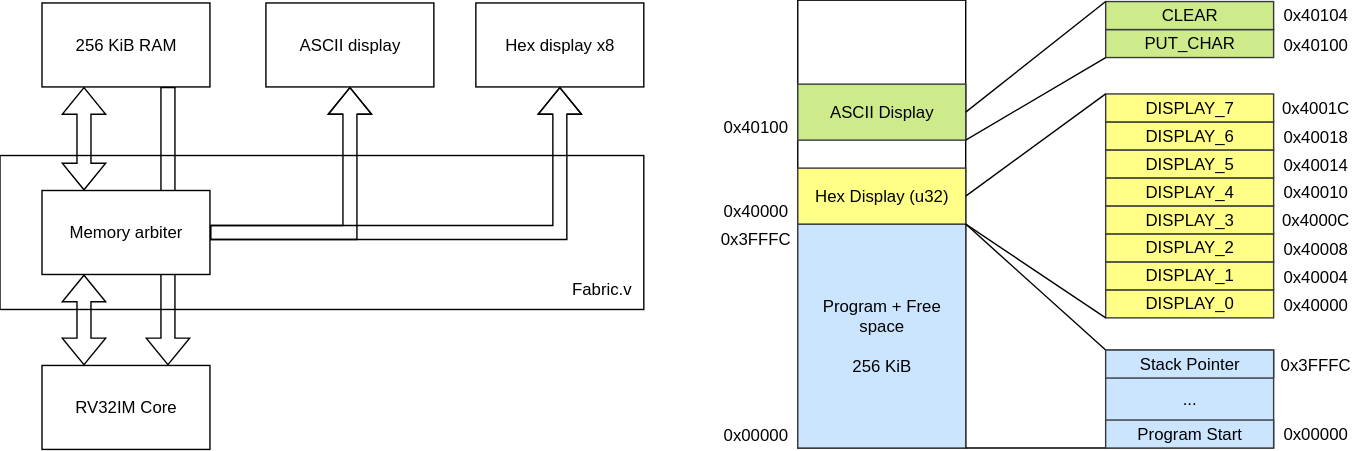
Before: top_v2f/doc/system_diagram.svg, a diagram exported from draw.io (ben-j-c/riscv_v2f_optimized). Source tidied: cells renumbered, new cells last; positions are measured from the earlier drawing's top-left corner, leaving out a move shared by most shapes. Source of this version:
```xml
<mxGraphModel>
  <root>
    <mxCell id="0" />
    <mxCell id="1" parent="0" />
    <mxCell id="2" value="&lt;div&gt;RV32IM Core&lt;/div&gt;" style="rounded=0;whiteSpace=wrap;html=1;" parent="1" vertex="1">
      <mxGeometry x="30" y="261" width="120" height="60" as="geometry" />
    </mxCell>
    <mxCell id="3" style="rounded=0;whiteSpace=wrap;html=1;" parent="1" vertex="1">
      <mxGeometry y="111" width="460" height="110" as="geometry" />
    </mxCell>
    <mxCell id="4" value="256 KiB RAM" style="rounded=0;whiteSpace=wrap;html=1;" parent="1" vertex="1">
      <mxGeometry x="30" y="2" width="120" height="60" as="geometry" />
    </mxCell>
    <mxCell id="5" value="ASCII display" style="rounded=0;whiteSpace=wrap;html=1;" parent="1" vertex="1">
      <mxGeometry x="190" y="2" width="120" height="60" as="geometry" />
    </mxCell>
    <mxCell id="6" style="shape=flexArrow;endArrow=classic;startArrow=classic;html=1;rounded=0;exitX=0.25;exitY=0;exitDx=0;exitDy=0;entryX=0.25;entryY=1;entryDx=0;entryDy=0;" parent="1" edge="1" source="2" target="10">
      <mxGeometry relative="1" as="geometry" />
    </mxCell>
    <mxCell id="7" style="shape=flexArrow;endArrow=classic;html=1;rounded=0;entryX=0.75;entryY=0;entryDx=0;entryDy=0;exitX=0.75;exitY=1;exitDx=0;exitDy=0;" parent="1" edge="1" source="4" target="2">
      <mxGeometry relative="1" as="geometry" />
    </mxCell>
    <mxCell id="8" style="edgeStyle=orthogonalEdgeStyle;rounded=0;jettySize=auto;html=1;shape=flexArrow;" parent="1" edge="1" source="10" target="5">
      <mxGeometry relative="1" as="geometry" />
    </mxCell>
    <mxCell id="9" style="edgeStyle=orthogonalEdgeStyle;rounded=0;jettySize=auto;html=1;entryX=0.5;entryY=1;entryDx=0;entryDy=0;shape=flexArrow;" parent="1" edge="1" source="10" target="11">
      <mxGeometry relative="1" as="geometry" />
    </mxCell>
    <mxCell id="10" value="Memory arbiter" style="rounded=0;whiteSpace=wrap;html=1;" parent="1" vertex="1">
      <mxGeometry x="30" y="136" width="120" height="60" as="geometry" />
    </mxCell>
    <mxCell id="11" value="Hex display x8" style="rounded=0;whiteSpace=wrap;html=1;" parent="1" vertex="1">
      <mxGeometry x="340" y="2" width="120" height="60" as="geometry" />
    </mxCell>
    <mxCell id="12" value="Fabric.v" style="text;html=1;whiteSpace=wrap;strokeColor=none;fillColor=none;align=center;verticalAlign=middle;rounded=0;" parent="1" vertex="1">
      <mxGeometry x="400" y="192" width="60" height="30" as="geometry" />
    </mxCell>
    <mxCell id="13" style="rounded=0;whiteSpace=wrap;html=1;" parent="1" vertex="1">
      <mxGeometry x="570" width="120" height="320" as="geometry" />
    </mxCell>
    <mxCell id="14" value="&lt;div&gt;Program + Free space&lt;/div&gt;&lt;div&gt;&lt;br&gt;&lt;/div&gt;&lt;div&gt;256 KiB&lt;/div&gt;" style="rounded=0;whiteSpace=wrap;html=1;fillColor=#cce5ff;strokeColor=#36393d;" parent="1" vertex="1">
      <mxGeometry x="570" y="160" width="120" height="160" as="geometry" />
    </mxCell>
    <mxCell id="15" value="Hex Display (u32)" style="rounded=0;whiteSpace=wrap;html=1;fillColor=#ffff88;strokeColor=#36393d;" parent="1" vertex="1">
      <mxGeometry x="570" y="120" width="120" height="40" as="geometry" />
    </mxCell>
    <mxCell id="16" value="ASCII Display" style="rounded=0;whiteSpace=wrap;html=1;fillColor=#cdeb8b;strokeColor=#36393d;" parent="1" vertex="1">
      <mxGeometry x="570" y="60" width="120" height="40" as="geometry" />
    </mxCell>
    <mxCell id="17" value="PUT_CHAR" style="rounded=0;whiteSpace=wrap;html=1;fillColor=#cdeb8b;strokeColor=#36393d;" parent="1" vertex="1">
      <mxGeometry x="790" y="21" width="120" height="20" as="geometry" />
    </mxCell>
    <mxCell id="18" value="CLEAR" style="rounded=0;whiteSpace=wrap;html=1;fillColor=#cdeb8b;strokeColor=#36393d;" parent="1" vertex="1">
      <mxGeometry x="790" y="1" width="120" height="20" as="geometry" />
    </mxCell>
    <mxCell id="19" value="DISPLAY_0" style="rounded=0;whiteSpace=wrap;html=1;fillColor=#ffff88;strokeColor=#36393d;" parent="1" vertex="1">
      <mxGeometry x="790" y="207" width="120" height="20" as="geometry" />
    </mxCell>
    <mxCell id="20" value="DISPLAY_1" style="rounded=0;whiteSpace=wrap;html=1;fillColor=#ffff88;strokeColor=#36393d;" parent="1" vertex="1">
      <mxGeometry x="790" y="187" width="120" height="20" as="geometry" />
    </mxCell>
    <mxCell id="21" value="DISPLAY_2" style="rounded=0;whiteSpace=wrap;html=1;fillColor=#ffff88;strokeColor=#36393d;" parent="1" vertex="1">
      <mxGeometry x="790" y="167" width="120" height="20" as="geometry" />
    </mxCell>
    <mxCell id="22" value="DISPLAY_3" style="rounded=0;whiteSpace=wrap;html=1;fillColor=#ffff88;strokeColor=#36393d;" parent="1" vertex="1">
      <mxGeometry x="790" y="147" width="120" height="20" as="geometry" />
    </mxCell>
    <mxCell id="23" value="DISPLAY_4" style="rounded=0;whiteSpace=wrap;html=1;fillColor=#ffff88;strokeColor=#36393d;" parent="1" vertex="1">
      <mxGeometry x="790" y="127" width="120" height="20" as="geometry" />
    </mxCell>
    <mxCell id="24" value="DISPLAY_5" style="rounded=0;whiteSpace=wrap;html=1;fillColor=#ffff88;strokeColor=#36393d;" parent="1" vertex="1">
      <mxGeometry x="790" y="107" width="120" height="20" as="geometry" />
    </mxCell>
    <mxCell id="25" value="DISPLAY_6" style="rounded=0;whiteSpace=wrap;html=1;fillColor=#ffff88;strokeColor=#36393d;" parent="1" vertex="1">
      <mxGeometry x="790" y="87" width="120" height="20" as="geometry" />
    </mxCell>
    <mxCell id="26" value="DISPLAY_7" style="rounded=0;whiteSpace=wrap;html=1;fillColor=#ffff88;strokeColor=#36393d;" parent="1" vertex="1">
      <mxGeometry x="790" y="67" width="120" height="20" as="geometry" />
    </mxCell>
    <mxCell id="27" style="endArrow=none;html=1;rounded=0;entryX=0;entryY=0;entryDx=0;entryDy=0;" parent="1" edge="1" target="26">
      <mxGeometry relative="1" as="geometry">
        <mxPoint x="690" y="140" as="sourcePoint" />
      </mxGeometry>
    </mxCell>
    <mxCell id="28" style="endArrow=none;html=1;rounded=0;entryX=0;entryY=1;entryDx=0;entryDy=0;exitX=1;exitY=0;exitDx=0;exitDy=0;" parent="1" edge="1" source="14" target="19">
      <mxGeometry relative="1" as="geometry" />
    </mxCell>
    <mxCell id="29" style="endArrow=none;html=1;rounded=0;entryX=0;entryY=1;entryDx=0;entryDy=0;exitX=1;exitY=1;exitDx=0;exitDy=0;" parent="1" edge="1" source="16" target="17">
      <mxGeometry relative="1" as="geometry" />
    </mxCell>
    <mxCell id="30" style="endArrow=none;html=1;rounded=0;entryX=0;entryY=0;entryDx=0;entryDy=0;exitX=1;exitY=1;exitDx=0;exitDy=0;" parent="1" edge="1" target="18">
      <mxGeometry relative="1" as="geometry">
        <mxPoint x="690" y="80" as="sourcePoint" />
      </mxGeometry>
    </mxCell>
    <mxCell id="31" value="0x40000" style="text;html=1;whiteSpace=wrap;strokeColor=none;fillColor=none;align=center;verticalAlign=middle;rounded=0;" parent="1" vertex="1">
      <mxGeometry x="910" y="207" width="60" height="21" as="geometry" />
    </mxCell>
    <mxCell id="32" value="0x40004" style="text;html=1;whiteSpace=wrap;strokeColor=none;fillColor=none;align=center;verticalAlign=middle;rounded=0;" parent="1" vertex="1">
      <mxGeometry x="910" y="187" width="60" height="21" as="geometry" />
    </mxCell>
    <mxCell id="33" value="0x40008" style="text;html=1;whiteSpace=wrap;strokeColor=none;fillColor=none;align=center;verticalAlign=middle;rounded=0;" parent="1" vertex="1">
      <mxGeometry x="910" y="167" width="60" height="21" as="geometry" />
    </mxCell>
    <mxCell id="34" value="0x4000C" style="text;html=1;whiteSpace=wrap;strokeColor=none;fillColor=none;align=center;verticalAlign=middle;rounded=0;" parent="1" vertex="1">
      <mxGeometry x="910" y="146" width="60" height="21" as="geometry" />
    </mxCell>
    <mxCell id="35" value="0x40010" style="text;html=1;whiteSpace=wrap;strokeColor=none;fillColor=none;align=center;verticalAlign=middle;rounded=0;" parent="1" vertex="1">
      <mxGeometry x="910" y="126" width="60" height="21" as="geometry" />
    </mxCell>
    <mxCell id="36" value="0x40014" style="text;html=1;whiteSpace=wrap;strokeColor=none;fillColor=none;align=center;verticalAlign=middle;rounded=0;" parent="1" vertex="1">
      <mxGeometry x="910" y="107" width="60" height="21" as="geometry" />
    </mxCell>
    <mxCell id="37" value="0x40018" style="text;html=1;whiteSpace=wrap;strokeColor=none;fillColor=none;align=center;verticalAlign=middle;rounded=0;" parent="1" vertex="1">
      <mxGeometry x="910" y="87" width="60" height="21" as="geometry" />
    </mxCell>
    <mxCell id="38" value="0x4001C" style="text;html=1;whiteSpace=wrap;strokeColor=none;fillColor=none;align=center;verticalAlign=middle;rounded=0;" parent="1" vertex="1">
      <mxGeometry x="910" y="66.5" width="60" height="21" as="geometry" />
    </mxCell>
    <mxCell id="39" value="0x40100" style="text;html=1;whiteSpace=wrap;strokeColor=none;fillColor=none;align=center;verticalAlign=middle;rounded=0;" parent="1" vertex="1">
      <mxGeometry x="910" y="21" width="60" height="21" as="geometry" />
    </mxCell>
    <mxCell id="40" value="0x40104" style="text;html=1;whiteSpace=wrap;strokeColor=none;fillColor=none;align=center;verticalAlign=middle;rounded=0;" parent="1" vertex="1">
      <mxGeometry x="910" width="60" height="21" as="geometry" />
    </mxCell>
    <mxCell id="41" value="..." style="rounded=0;whiteSpace=wrap;html=1;fillColor=#cce5ff;strokeColor=#36393d;" parent="1" vertex="1">
      <mxGeometry x="790" y="250" width="120" height="70" as="geometry" />
    </mxCell>
    <mxCell id="42" style="endArrow=none;html=1;rounded=0;entryX=0;entryY=0;entryDx=0;entryDy=0;exitX=1;exitY=0;exitDx=0;exitDy=0;" parent="1" edge="1" source="14" target="41">
      <mxGeometry relative="1" as="geometry" />
    </mxCell>
    <mxCell id="43" style="endArrow=none;html=1;rounded=0;entryX=0;entryY=1;entryDx=0;entryDy=0;exitX=1;exitY=1;exitDx=0;exitDy=0;" parent="1" edge="1" source="14" target="41">
      <mxGeometry relative="1" as="geometry" />
    </mxCell>
    <mxCell id="44" value="Stack Pointer" style="rounded=0;whiteSpace=wrap;html=1;fillColor=#cce5ff;strokeColor=#36393d;" parent="1" vertex="1">
      <mxGeometry x="790" y="250" width="120" height="20" as="geometry" />
    </mxCell>
    <mxCell id="45" value="0x3FFFC" style="text;html=1;whiteSpace=wrap;strokeColor=none;fillColor=none;align=center;verticalAlign=middle;rounded=0;" parent="1" vertex="1">
      <mxGeometry x="910" y="250" width="60" height="21" as="geometry" />
    </mxCell>
    <mxCell id="46" value="Program Start" style="rounded=0;whiteSpace=wrap;html=1;fillColor=#cce5ff;strokeColor=#36393d;" parent="1" vertex="1">
      <mxGeometry x="790" y="300" width="120" height="20" as="geometry" />
    </mxCell>
    <mxCell id="47" value="0x00000" style="text;html=1;whiteSpace=wrap;strokeColor=none;fillColor=none;align=center;verticalAlign=middle;rounded=0;" parent="1" vertex="1">
      <mxGeometry x="910" y="299" width="60" height="21" as="geometry" />
    </mxCell>
    <mxCell id="48" value="0x00000" style="text;html=1;whiteSpace=wrap;strokeColor=none;fillColor=none;align=center;verticalAlign=middle;rounded=0;" parent="1" vertex="1">
      <mxGeometry x="510" y="300" width="60" height="21" as="geometry" />
    </mxCell>
    <mxCell id="49" value="0x40000" style="text;html=1;whiteSpace=wrap;strokeColor=none;fillColor=none;align=center;verticalAlign=middle;rounded=0;" parent="1" vertex="1">
      <mxGeometry x="510" y="140" width="60" height="21" as="geometry" />
    </mxCell>
    <mxCell id="50" value="0x3FFFC" style="text;html=1;whiteSpace=wrap;strokeColor=none;fillColor=none;align=center;verticalAlign=middle;rounded=0;" parent="1" vertex="1">
      <mxGeometry x="510" y="160" width="60" height="21" as="geometry" />
    </mxCell>
    <mxCell id="51" value="0x40100" style="text;html=1;whiteSpace=wrap;strokeColor=none;fillColor=none;align=center;verticalAlign=middle;rounded=0;" parent="1" vertex="1">
      <mxGeometry x="510" y="80" width="60" height="21" as="geometry" />
    </mxCell>
    <mxCell id="52" style="shape=flexArrow;endArrow=classic;startArrow=classic;html=1;rounded=0;exitX=0.25;exitY=0;exitDx=0;exitDy=0;entryX=0.25;entryY=1;entryDx=0;entryDy=0;" parent="1" edge="1" source="10" target="4">
      <mxGeometry relative="1" as="geometry" />
    </mxCell>
  </root>
</mxGraphModel>
```
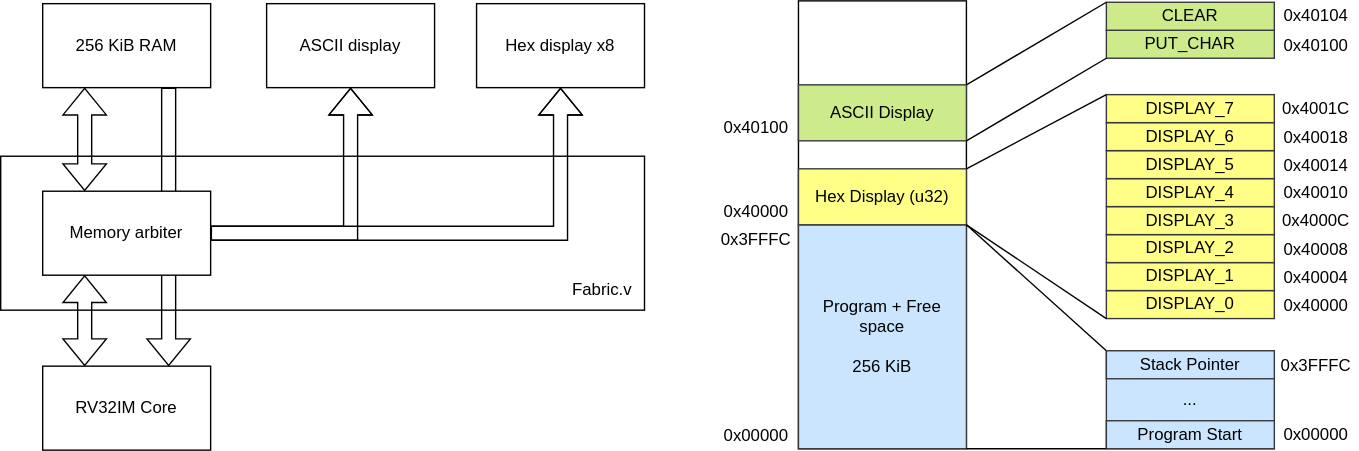
Above is the later version.

Change to the diagram source:
```diff
@@ -5,9 +5,9 @@
     <mxCell id="2" value="&lt;div&gt;RV32IM Core&lt;/div&gt;" style="rounded=0;whiteSpace=wrap;html=1;" parent="1" vertex="1">
       <mxGeometry x="30" y="261" width="120" height="60" as="geometry" />
     </mxCell>
-    <mxCell id="3" style="rounded=0;whiteSpace=wrap;html=1;" parent="1" vertex="1">
-      <mxGeometry y="111" width="460" height="110" as="geometry" />
-    </mxCell>
+    <mxCell id="53" style="rounded=0;whiteSpace=wrap;html=1;" parent="1" vertex="1">
+      <mxGeometry y="111" width="460" height="110" as="geometry" />
+    </mxCell>
     <mxCell id="4" value="256 KiB RAM" style="rounded=0;whiteSpace=wrap;html=1;" parent="1" vertex="1">
       <mxGeometry x="30" y="2" width="120" height="60" as="geometry" />
     </mxCell>
@@ -35,9 +35,9 @@
     <mxCell id="12" value="Fabric.v" style="text;html=1;whiteSpace=wrap;strokeColor=none;fillColor=none;align=center;verticalAlign=middle;rounded=0;" parent="1" vertex="1">
       <mxGeometry x="400" y="192" width="60" height="30" as="geometry" />
     </mxCell>
-    <mxCell id="13" style="rounded=0;whiteSpace=wrap;html=1;" parent="1" vertex="1">
-      <mxGeometry x="570" width="120" height="320" as="geometry" />
-    </mxCell>
+    <mxCell id="54" style="rounded=0;whiteSpace=wrap;html=1;" parent="1" vertex="1">
+      <mxGeometry x="570" width="120" height="320" as="geometry" />
+    </mxCell>
     <mxCell id="14" value="&lt;div&gt;Program + Free space&lt;/div&gt;&lt;div&gt;&lt;br&gt;&lt;/div&gt;&lt;div&gt;256 KiB&lt;/div&gt;" style="rounded=0;whiteSpace=wrap;html=1;fillColor=#cce5ff;strokeColor=#36393d;" parent="1" vertex="1">
       <mxGeometry x="570" y="160" width="120" height="160" as="geometry" />
     </mxCell>
@@ -77,25 +77,21 @@
     <mxCell id="26" value="DISPLAY_7" style="rounded=0;whiteSpace=wrap;html=1;fillColor=#ffff88;strokeColor=#36393d;" parent="1" vertex="1">
       <mxGeometry x="790" y="67" width="120" height="20" as="geometry" />
     </mxCell>
-    <mxCell id="27" style="endArrow=none;html=1;rounded=0;entryX=0;entryY=0;entryDx=0;entryDy=0;" parent="1" edge="1" target="26">
-      <mxGeometry relative="1" as="geometry">
-        <mxPoint x="690" y="140" as="sourcePoint" />
-      </mxGeometry>
-    </mxCell>
+    <mxCell id="55" style="endArrow=none;html=1;rounded=0;entryX=0;entryY=0;entryDx=0;entryDy=0;exitX=1;exitY=0;exitDx=0;exitDy=0;" parent="1" edge="1" source="15" target="26">
+      <mxGeometry relative="1" as="geometry" />
+    </mxCell>
     <mxCell id="28" style="endArrow=none;html=1;rounded=0;entryX=0;entryY=1;entryDx=0;entryDy=0;exitX=1;exitY=0;exitDx=0;exitDy=0;" parent="1" edge="1" source="14" target="19">
       <mxGeometry relative="1" as="geometry" />
     </mxCell>
     <mxCell id="29" style="endArrow=none;html=1;rounded=0;entryX=0;entryY=1;entryDx=0;entryDy=0;exitX=1;exitY=1;exitDx=0;exitDy=0;" parent="1" edge="1" source="16" target="17">
       <mxGeometry relative="1" as="geometry" />
     </mxCell>
-    <mxCell id="30" style="endArrow=none;html=1;rounded=0;entryX=0;entryY=0;entryDx=0;entryDy=0;exitX=1;exitY=1;exitDx=0;exitDy=0;" parent="1" edge="1" target="18">
-      <mxGeometry relative="1" as="geometry">
-        <mxPoint x="690" y="80" as="sourcePoint" />
-      </mxGeometry>
-    </mxCell>
-    <mxCell id="31" value="0x40000" style="text;html=1;whiteSpace=wrap;strokeColor=none;fillColor=none;align=center;verticalAlign=middle;rounded=0;" parent="1" vertex="1">
-      <mxGeometry x="910" y="207" width="60" height="21" as="geometry" />
-    </mxCell>
+    <mxCell id="56" style="endArrow=none;html=1;rounded=0;entryX=0;entryY=0;entryDx=0;entryDy=0;exitX=1;exitY=0;exitDx=0;exitDy=0;" parent="1" edge="1" source="16" target="18">
+      <mxGeometry relative="1" as="geometry" />
+    </mxCell>
+    <mxCell id="57" value="0x40000" style="text;html=1;whiteSpace=wrap;strokeColor=none;fillColor=none;align=center;verticalAlign=middle;rounded=0;" parent="1" vertex="1">
+      <mxGeometry x="910" y="207" width="60" height="21" as="geometry" />
+    </mxCell>
     <mxCell id="32" value="0x40004" style="text;html=1;whiteSpace=wrap;strokeColor=none;fillColor=none;align=center;verticalAlign=middle;rounded=0;" parent="1" vertex="1">
       <mxGeometry x="910" y="187" width="60" height="21" as="geometry" />
     </mxCell>
@@ -117,45 +113,45 @@
     <mxCell id="38" value="0x4001C" style="text;html=1;whiteSpace=wrap;strokeColor=none;fillColor=none;align=center;verticalAlign=middle;rounded=0;" parent="1" vertex="1">
       <mxGeometry x="910" y="66.5" width="60" height="21" as="geometry" />
     </mxCell>
-    <mxCell id="39" value="0x40100" style="text;html=1;whiteSpace=wrap;strokeColor=none;fillColor=none;align=center;verticalAlign=middle;rounded=0;" parent="1" vertex="1">
-      <mxGeometry x="910" y="21" width="60" height="21" as="geometry" />
-    </mxCell>
+    <mxCell id="58" value="0x40100" style="text;html=1;whiteSpace=wrap;strokeColor=none;fillColor=none;align=center;verticalAlign=middle;rounded=0;" parent="1" vertex="1">
+      <mxGeometry x="910" y="21" width="60" height="21" as="geometry" />
+    </mxCell>
     <mxCell id="40" value="0x40104" style="text;html=1;whiteSpace=wrap;strokeColor=none;fillColor=none;align=center;verticalAlign=middle;rounded=0;" parent="1" vertex="1">
       <mxGeometry x="910" width="60" height="21" as="geometry" />
     </mxCell>
     <mxCell id="41" value="..." style="rounded=0;whiteSpace=wrap;html=1;fillColor=#cce5ff;strokeColor=#36393d;" parent="1" vertex="1">
       <mxGeometry x="790" y="250" width="120" height="70" as="geometry" />
     </mxCell>
-    <mxCell id="42" style="endArrow=none;html=1;rounded=0;entryX=0;entryY=0;entryDx=0;entryDy=0;exitX=1;exitY=0;exitDx=0;exitDy=0;" parent="1" edge="1" source="14" target="41">
-      <mxGeometry relative="1" as="geometry" />
-    </mxCell>
-    <mxCell id="43" style="endArrow=none;html=1;rounded=0;entryX=0;entryY=1;entryDx=0;entryDy=0;exitX=1;exitY=1;exitDx=0;exitDy=0;" parent="1" edge="1" source="14" target="41">
-      <mxGeometry relative="1" as="geometry" />
-    </mxCell>
+    <mxCell id="59" style="endArrow=none;html=1;rounded=0;entryX=0;entryY=0;entryDx=0;entryDy=0;exitX=1;exitY=0;exitDx=0;exitDy=0;" parent="1" edge="1" source="14" target="41">
+      <mxGeometry relative="1" as="geometry" />
+    </mxCell>
+    <mxCell id="60" style="endArrow=none;html=1;rounded=0;entryX=0;entryY=1;entryDx=0;entryDy=0;exitX=1;exitY=1;exitDx=0;exitDy=0;" parent="1" edge="1" source="14" target="41">
+      <mxGeometry relative="1" as="geometry" />
+    </mxCell>
     <mxCell id="44" value="Stack Pointer" style="rounded=0;whiteSpace=wrap;html=1;fillColor=#cce5ff;strokeColor=#36393d;" parent="1" vertex="1">
       <mxGeometry x="790" y="250" width="120" height="20" as="geometry" />
     </mxCell>
-    <mxCell id="45" value="0x3FFFC" style="text;html=1;whiteSpace=wrap;strokeColor=none;fillColor=none;align=center;verticalAlign=middle;rounded=0;" parent="1" vertex="1">
-      <mxGeometry x="910" y="250" width="60" height="21" as="geometry" />
-    </mxCell>
+    <mxCell id="61" value="0x3FFFC" style="text;html=1;whiteSpace=wrap;strokeColor=none;fillColor=none;align=center;verticalAlign=middle;rounded=0;" parent="1" vertex="1">
+      <mxGeometry x="910" y="250" width="60" height="21" as="geometry" />
+    </mxCell>
     <mxCell id="46" value="Program Start" style="rounded=0;whiteSpace=wrap;html=1;fillColor=#cce5ff;strokeColor=#36393d;" parent="1" vertex="1">
       <mxGeometry x="790" y="300" width="120" height="20" as="geometry" />
     </mxCell>
-    <mxCell id="47" value="0x00000" style="text;html=1;whiteSpace=wrap;strokeColor=none;fillColor=none;align=center;verticalAlign=middle;rounded=0;" parent="1" vertex="1">
-      <mxGeometry x="910" y="299" width="60" height="21" as="geometry" />
-    </mxCell>
-    <mxCell id="48" value="0x00000" style="text;html=1;whiteSpace=wrap;strokeColor=none;fillColor=none;align=center;verticalAlign=middle;rounded=0;" parent="1" vertex="1">
-      <mxGeometry x="510" y="300" width="60" height="21" as="geometry" />
-    </mxCell>
-    <mxCell id="49" value="0x40000" style="text;html=1;whiteSpace=wrap;strokeColor=none;fillColor=none;align=center;verticalAlign=middle;rounded=0;" parent="1" vertex="1">
-      <mxGeometry x="510" y="140" width="60" height="21" as="geometry" />
-    </mxCell>
-    <mxCell id="50" value="0x3FFFC" style="text;html=1;whiteSpace=wrap;strokeColor=none;fillColor=none;align=center;verticalAlign=middle;rounded=0;" parent="1" vertex="1">
-      <mxGeometry x="510" y="160" width="60" height="21" as="geometry" />
-    </mxCell>
-    <mxCell id="51" value="0x40100" style="text;html=1;whiteSpace=wrap;strokeColor=none;fillColor=none;align=center;verticalAlign=middle;rounded=0;" parent="1" vertex="1">
-      <mxGeometry x="510" y="80" width="60" height="21" as="geometry" />
-    </mxCell>
+    <mxCell id="62" value="0x00000" style="text;html=1;whiteSpace=wrap;strokeColor=none;fillColor=none;align=center;verticalAlign=middle;rounded=0;" parent="1" vertex="1">
+      <mxGeometry x="910" y="299" width="60" height="21" as="geometry" />
+    </mxCell>
+    <mxCell id="63" value="0x00000" style="text;html=1;whiteSpace=wrap;strokeColor=none;fillColor=none;align=center;verticalAlign=middle;rounded=0;" parent="1" vertex="1">
+      <mxGeometry x="510" y="300" width="60" height="21" as="geometry" />
+    </mxCell>
+    <mxCell id="64" value="0x40000" style="text;html=1;whiteSpace=wrap;strokeColor=none;fillColor=none;align=center;verticalAlign=middle;rounded=0;" parent="1" vertex="1">
+      <mxGeometry x="510" y="140" width="60" height="21" as="geometry" />
+    </mxCell>
+    <mxCell id="65" value="0x3FFFC" style="text;html=1;whiteSpace=wrap;strokeColor=none;fillColor=none;align=center;verticalAlign=middle;rounded=0;" parent="1" vertex="1">
+      <mxGeometry x="510" y="160" width="60" height="21" as="geometry" />
+    </mxCell>
+    <mxCell id="66" value="0x40100" style="text;html=1;whiteSpace=wrap;strokeColor=none;fillColor=none;align=center;verticalAlign=middle;rounded=0;" parent="1" vertex="1">
+      <mxGeometry x="510" y="80" width="60" height="21" as="geometry" />
+    </mxCell>
     <mxCell id="52" style="shape=flexArrow;endArrow=classic;startArrow=classic;html=1;rounded=0;exitX=0.25;exitY=0;exitDx=0;exitDy=0;entryX=0.25;entryY=1;entryDx=0;entryDy=0;" parent="1" edge="1" source="10" target="4">
       <mxGeometry relative="1" as="geometry" />
     </mxCell>
```
